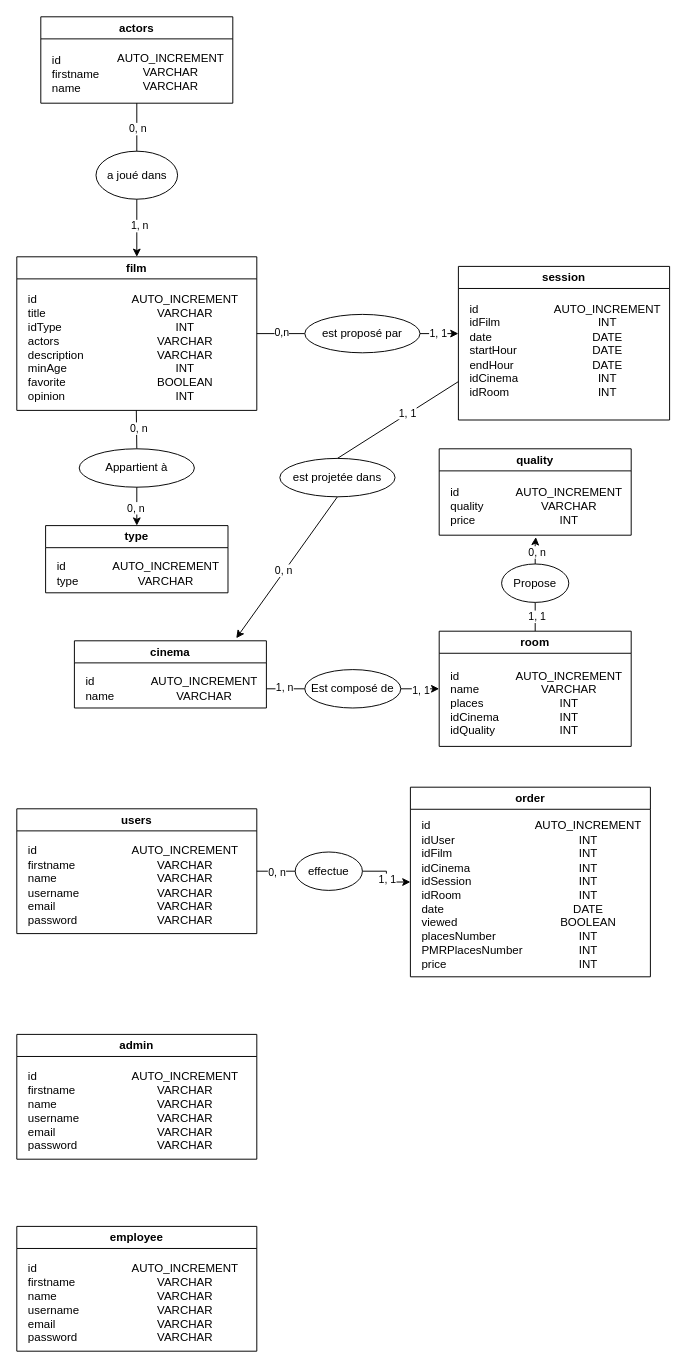
This is MCD.drawio from Thifanie/cinephoria, a draw.io file, before an edit. Source tidied: cells renumbered, new cells numbered last; positions are measured from the earlier drawing's top-left corner, leaving out a move shared by most shapes. Both pictures are drawn from the tidied source at 96%, with x=0, y=0 at pixel (16, 16).
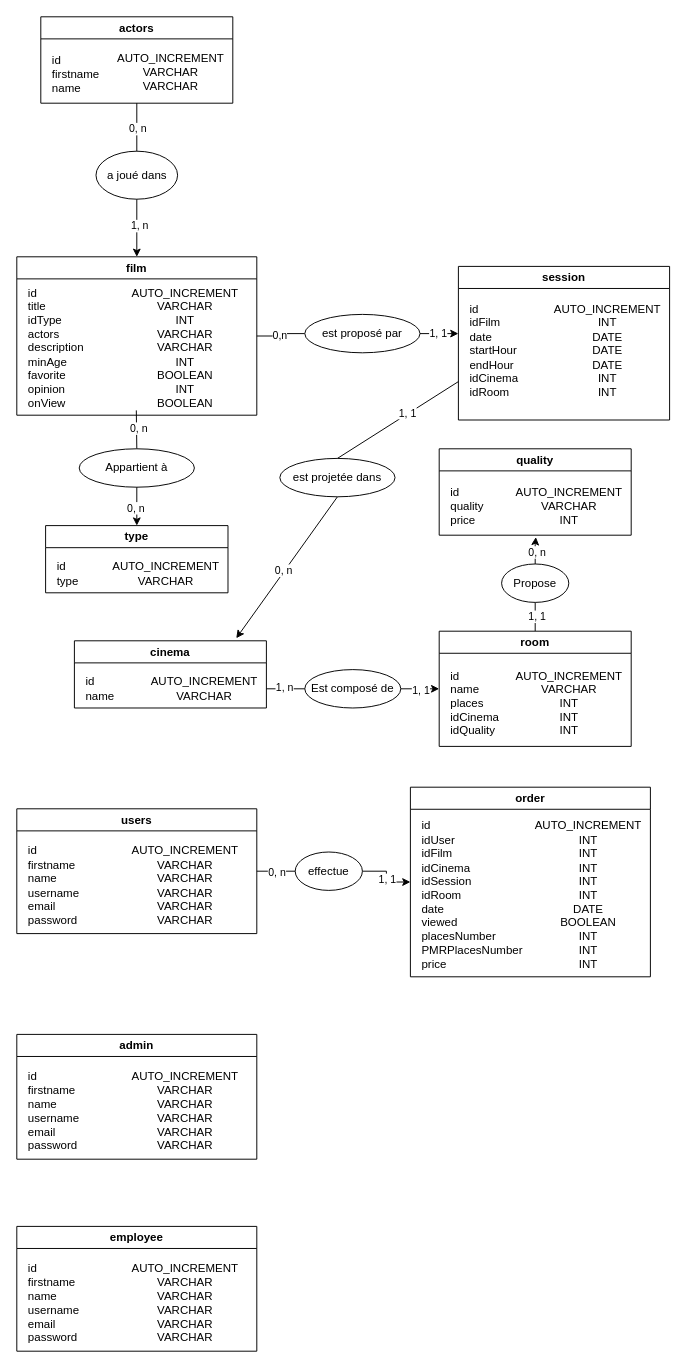
The same page after the edit.

Commit message:
Mettre à jour MCD.drawio

Change to the diagram source:
```diff
@@
     <mxCell id="9" value="film" style="swimlane;whiteSpace=wrap;html=1;fillColor=#FFFFFF;gradientColor=none;swimlaneLine=1;rounded=0;shadow=0;glass=0;startSize=23;" parent="1" vertex="1">
-      <mxGeometry y="250" width="250" height="160" as="geometry" />
+      <mxGeometry y="250" width="250" height="165" as="geometry" />
     </mxCell>
-    <mxCell id="10" value="AUTO_INCREMENT&lt;div&gt;VARCHAR&lt;/div&gt;&lt;div&gt;INT&lt;/div&gt;&lt;div&gt;VARCHAR&lt;/div&gt;&lt;div&gt;VARCHAR&lt;/div&gt;&lt;div&gt;INT&lt;/div&gt;&lt;div&gt;BOOLEAN&lt;/div&gt;&lt;div&gt;INT&lt;/div&gt;" style="text;html=1;align=center;verticalAlign=middle;strokeColor=none;fillColor=none;" parent="9" vertex="1">
-      <mxGeometry x="110" y="30" width="130" height="130" as="geometry" />
+    <mxCell id="10" value="AUTO_INCREMENT&lt;div&gt;VARCHAR&lt;/div&gt;&lt;div&gt;INT&lt;/div&gt;&lt;div&gt;VARCHAR&lt;/div&gt;&lt;div&gt;VARCHAR&lt;/div&gt;&lt;div&gt;INT&lt;/div&gt;&lt;div&gt;BOOLEAN&lt;/div&gt;&lt;div&gt;INT&lt;/div&gt;&lt;div&gt;BOOLEAN&lt;/div&gt;" style="text;html=1;align=center;verticalAlign=middle;strokeColor=none;fillColor=none;" parent="9" vertex="1">
+      <mxGeometry x="110" y="25" width="130" height="140" as="geometry" />
     </mxCell>
-    <mxCell id="11" value="id&lt;div&gt;title&lt;div&gt;idType&lt;/div&gt;&lt;/div&gt;&lt;div style=&quot;&quot;&gt;actors&lt;/div&gt;&lt;div&gt;description&lt;/div&gt;&lt;div&gt;minAge&lt;/div&gt;&lt;div&gt;favorite&lt;/div&gt;&lt;div&gt;opinion&lt;/div&gt;" style="text;html=1;align=left;verticalAlign=middle;strokeColor=none;fillColor=none;" parent="9" vertex="1">
-      <mxGeometry x="10" y="30" width="80" height="130" as="geometry" />
+    <mxCell id="11" value="id&lt;div&gt;title&lt;div&gt;idType&lt;/div&gt;&lt;/div&gt;&lt;div style=&quot;&quot;&gt;actors&lt;/div&gt;&lt;div&gt;description&lt;/div&gt;&lt;div&gt;minAge&lt;/div&gt;&lt;div&gt;favorite&lt;/div&gt;&lt;div&gt;opinion&lt;/div&gt;&lt;div&gt;onView&lt;/div&gt;" style="text;html=1;align=left;verticalAlign=middle;strokeColor=none;fillColor=none;" parent="9" vertex="1">
+      <mxGeometry x="10" y="25" width="80" height="140" as="geometry" />
     </mxCell>
```
